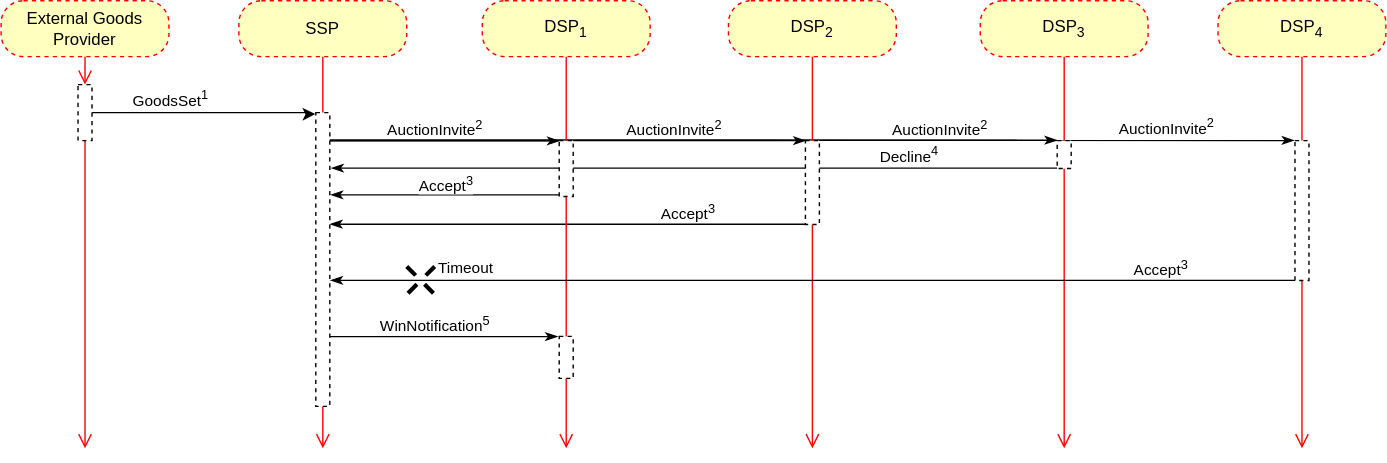
Earlier version of the draw.io export GeneralDataFlow.svg (eutkin/diagrams). Source tidied: cells renumbered, new cells last; positions are measured from the earlier drawing's top-left corner, leaving out a move shared by most shapes.
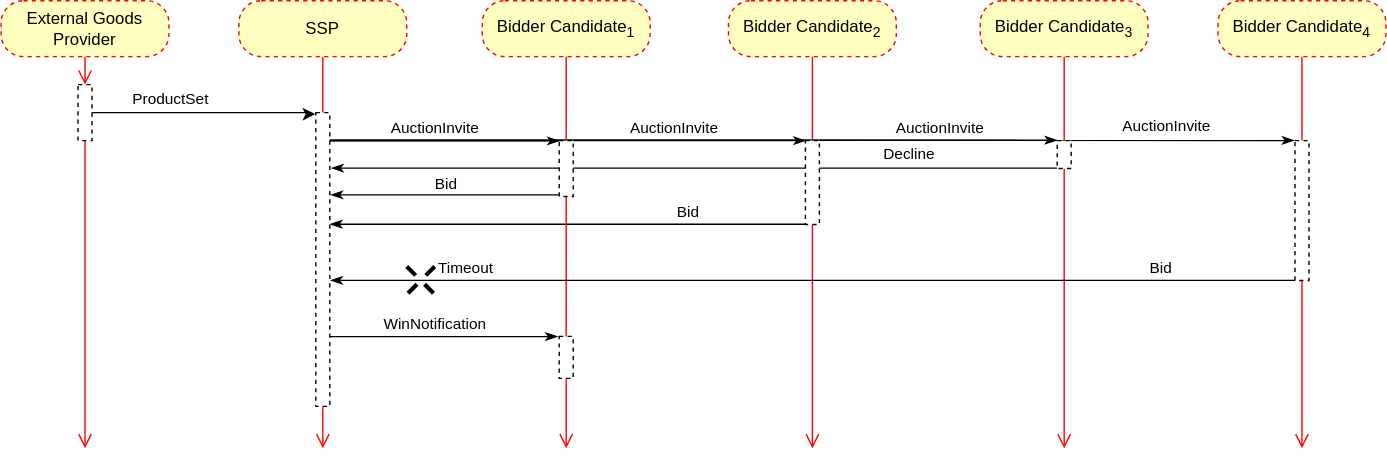
Later version of the same file.

Change to the diagram source:
```diff
@@ -5,7 +5,7 @@
     <mxCell id="2" style="edgeStyle=none;rounded=0;jettySize=auto;html=1;startArrow=none;startFill=0;endArrow=classicThin;endFill=1;entryX=1.005;entryY=0.38;entryDx=0;entryDy=0;entryPerimeter=0;" parent="1" edge="1" source="36" target="28">
       <mxGeometry relative="1" as="geometry" />
     </mxCell>
-    <mxCell id="3" value="Accept&lt;sup&gt;3&lt;/sup&gt;" style="edgeLabel;html=1;align=center;verticalAlign=middle;" parent="2" vertex="1">
+    <mxCell id="3" value="Bid" style="edgeLabel;html=1;align=center;verticalAlign=middle;" parent="2" vertex="1">
       <mxGeometry x="0.5" y="-3" relative="1" as="geometry">
         <mxPoint x="169.5" y="-6.8" as="offset" />
       </mxGeometry>
@@ -13,7 +13,7 @@
     <mxCell id="4" style="edgeStyle=none;rounded=0;jettySize=auto;html=1;startArrow=none;startFill=0;endArrow=classicThin;endFill=1;entryX=1.095;entryY=0.189;entryDx=0;entryDy=0;entryPerimeter=0;" parent="1" edge="1" source="34" target="28">
       <mxGeometry relative="1" as="geometry" />
     </mxCell>
-    <mxCell id="5" value="Decline&lt;sup&gt;4&lt;/sup&gt;" style="edgeLabel;html=1;align=center;verticalAlign=middle;" parent="4" vertex="1">
+    <mxCell id="5" value="Decline" style="edgeLabel;html=1;align=center;verticalAlign=middle;" parent="4" vertex="1">
       <mxGeometry x="-0.56" y="2" relative="1" as="geometry">
         <mxPoint x="8.8" y="-12" as="offset" />
       </mxGeometry>
@@ -34,7 +34,7 @@
         <mxPoint x="230" y="320" as="targetPoint" />
       </mxGeometry>
     </mxCell>
-    <mxCell id="10" value="DSP&lt;sub&gt;1&lt;/sub&gt;" style="rounded=1;whiteSpace=wrap;html=1;arcSize=40;fontColor=#000000;fillColor=#ffffc0;strokeColor=#ff0000;dashed=1;" parent="1" vertex="1">
+    <mxCell id="10" value="Bidder Candidate&lt;sub&gt;1&lt;/sub&gt;" style="rounded=1;whiteSpace=wrap;html=1;arcSize=40;fontColor=#000000;fillColor=#ffffc0;strokeColor=#ff0000;dashed=1;" parent="1" vertex="1">
       <mxGeometry x="344" width="120" height="40" as="geometry" />
     </mxCell>
     <mxCell id="11" style="edgeStyle=orthogonalEdgeStyle;html=1;verticalAlign=bottom;endArrow=open;endSize=8;strokeColor=#ff0000;" parent="1" edge="1" source="32">
@@ -42,7 +42,7 @@
         <mxPoint x="404" y="320" as="targetPoint" />
       </mxGeometry>
     </mxCell>
-    <mxCell id="12" value="DSP&lt;sub&gt;2&lt;/sub&gt;" style="rounded=1;whiteSpace=wrap;html=1;arcSize=40;fontColor=#000000;fillColor=#ffffc0;strokeColor=#ff0000;dashed=1;" parent="1" vertex="1">
+    <mxCell id="12" value="Bidder Candidate&lt;sub&gt;2&lt;/sub&gt;" style="rounded=1;whiteSpace=wrap;html=1;arcSize=40;fontColor=#000000;fillColor=#ffffc0;strokeColor=#ff0000;dashed=1;" parent="1" vertex="1">
       <mxGeometry x="520" width="120" height="40" as="geometry" />
     </mxCell>
     <mxCell id="13" style="edgeStyle=orthogonalEdgeStyle;html=1;verticalAlign=bottom;endArrow=open;endSize=8;strokeColor=#ff0000;" parent="1" edge="1" source="36">
@@ -50,7 +50,7 @@
         <mxPoint x="580" y="320" as="targetPoint" />
       </mxGeometry>
     </mxCell>
-    <mxCell id="14" value="DSP&lt;sub&gt;3&lt;/sub&gt;" style="rounded=1;whiteSpace=wrap;html=1;arcSize=40;fontColor=#000000;fillColor=#ffffc0;strokeColor=#ff0000;dashed=1;" parent="1" vertex="1">
+    <mxCell id="14" value="Bidder Candidate&lt;sub&gt;3&lt;/sub&gt;" style="rounded=1;whiteSpace=wrap;html=1;arcSize=40;fontColor=#000000;fillColor=#ffffc0;strokeColor=#ff0000;dashed=1;" parent="1" vertex="1">
       <mxGeometry x="700" width="120" height="40" as="geometry" />
     </mxCell>
     <mxCell id="15" style="edgeStyle=orthogonalEdgeStyle;html=1;verticalAlign=bottom;endArrow=open;endSize=8;strokeColor=#ff0000;" parent="1" edge="1" source="34">
@@ -65,7 +65,7 @@
         </Array>
       </mxGeometry>
     </mxCell>
-    <mxCell id="17" value="GoodsSet&lt;sup&gt;1&lt;/sup&gt;" style="edgeLabel;html=1;align=center;verticalAlign=middle;" parent="16" vertex="1">
+    <mxCell id="17" value="ProductSet" style="edgeLabel;html=1;align=center;verticalAlign=middle;" parent="16" vertex="1">
       <mxGeometry x="-0.42" relative="1" as="geometry">
         <mxPoint x="8.6" y="-10.2" as="offset" />
       </mxGeometry>
@@ -85,7 +85,7 @@
     <mxCell id="22" style="edgeStyle=none;rounded=0;jettySize=auto;html=1;endArrow=classicThin;endFill=1;entryX=0.005;entryY=-0.012;entryDx=0;entryDy=0;entryPerimeter=0;" parent="1" edge="1" source="28" target="34">
       <mxGeometry relative="1" as="geometry" />
     </mxCell>
-    <mxCell id="23" value="AuctionInvite&lt;sup&gt;2&lt;/sup&gt;" style="edgeLabel;html=1;align=center;verticalAlign=middle;" parent="22" vertex="1">
+    <mxCell id="23" value="AuctionInvite&lt;font size=&quot;1&quot;&gt;&lt;br&gt;&lt;/font&gt;" style="edgeLabel;html=1;align=center;verticalAlign=middle;" parent="22" vertex="1">
       <mxGeometry x="-0.71" y="1" relative="1" as="geometry">
         <mxPoint y="-8.5" as="offset" />
       </mxGeometry>
@@ -93,7 +93,7 @@
     <mxCell id="24" style="edgeStyle=none;rounded=0;jettySize=auto;html=1;endArrow=classicThin;endFill=1;exitX=0.915;exitY=0.094;exitDx=0;exitDy=0;exitPerimeter=0;entryX=-0.041;entryY=-0.001;entryDx=0;entryDy=0;entryPerimeter=0;" parent="1" edge="1" source="28" target="45">
       <mxGeometry relative="1" as="geometry" />
     </mxCell>
-    <mxCell id="25" value="AuctionInvite&lt;sup&gt;2&lt;/sup&gt;" style="edgeLabel;html=1;align=center;verticalAlign=middle;" parent="24" vertex="1">
+    <mxCell id="25" value="AuctionInvite" style="edgeLabel;html=1;align=center;verticalAlign=middle;" parent="24" vertex="1">
       <mxGeometry x="0.73" y="-1" relative="1" as="geometry">
         <mxPoint y="-10.9" as="offset" />
       </mxGeometry>
@@ -101,7 +101,7 @@
     <mxCell id="26" style="edgeStyle=none;rounded=0;jettySize=auto;html=1;startArrow=none;startFill=0;endArrow=classicThin;endFill=1;entryX=-0.1;entryY=0.005;entryDx=0;entryDy=0;entryPerimeter=0;" parent="1" edge="1" source="28" target="48">
       <mxGeometry relative="1" as="geometry" />
     </mxCell>
-    <mxCell id="27" value="WinNotification&lt;sup&gt;5&lt;/sup&gt;" style="edgeLabel;html=1;align=center;verticalAlign=middle;" parent="26" vertex="1">
+    <mxCell id="27" value="WinNotification" style="edgeLabel;html=1;align=center;verticalAlign=middle;" parent="26" vertex="1">
       <mxGeometry x="-0.37" relative="1" as="geometry">
         <mxPoint x="23.8" y="-10.2" as="offset" />
       </mxGeometry>
@@ -115,7 +115,7 @@
     <mxCell id="30" style="edgeStyle=none;rounded=0;jettySize=auto;html=1;endArrow=classicThin;endFill=1;startArrow=none;startFill=0;entryX=1.05;entryY=0.28;entryDx=0;entryDy=0;entryPerimeter=0;" parent="1" edge="1" source="32" target="28">
       <mxGeometry relative="1" as="geometry" />
     </mxCell>
-    <mxCell id="31" value="Accept&lt;sup&gt;3&lt;/sup&gt;" style="edgeLabel;html=1;align=center;verticalAlign=middle;" parent="30" vertex="1">
+    <mxCell id="31" value="Bid" style="edgeLabel;html=1;align=center;verticalAlign=middle;" parent="30" vertex="1">
       <mxGeometry y="-1" relative="1" as="geometry">
         <mxPoint y="-7.8" as="offset" />
       </mxGeometry>
@@ -138,13 +138,13 @@
     <mxCell id="37" style="edgeStyle=orthogonalEdgeStyle;html=1;verticalAlign=bottom;endArrow=none;endSize=8;strokeColor=#ff0000;endFill=0;" parent="1" edge="1" source="12" target="36">
       <mxGeometry relative="1" as="geometry" />
     </mxCell>
-    <mxCell id="38" value="AuctionInvite&lt;sup&gt;2&lt;/sup&gt;" style="edgeLabel;html=1;align=center;verticalAlign=middle;" parent="1" vertex="1">
+    <mxCell id="38" value="AuctionInvite" style="edgeLabel;html=1;align=center;verticalAlign=middle;" parent="1" vertex="1">
       <mxGeometry x="480" y="90" as="geometry" />
     </mxCell>
-    <mxCell id="39" value="AuctionInvite&lt;sup&gt;2&lt;/sup&gt;" style="edgeLabel;html=1;align=center;verticalAlign=middle;" parent="1" vertex="1">
+    <mxCell id="39" value="AuctionInvite" style="edgeLabel;html=1;align=center;verticalAlign=middle;" parent="1" vertex="1">
       <mxGeometry x="670" y="90" as="geometry" />
     </mxCell>
-    <mxCell id="40" value="DSP&lt;sub&gt;4&lt;/sub&gt;" style="rounded=1;whiteSpace=wrap;html=1;arcSize=40;fontColor=#000000;fillColor=#ffffc0;strokeColor=#ff0000;dashed=1;" parent="1" vertex="1">
+    <mxCell id="40" value="Bidder Candidate&lt;sub&gt;4&lt;/sub&gt;" style="rounded=1;whiteSpace=wrap;html=1;arcSize=40;fontColor=#000000;fillColor=#ffffc0;strokeColor=#ff0000;dashed=1;" parent="1" vertex="1">
       <mxGeometry x="870" width="120" height="40" as="geometry" />
     </mxCell>
     <mxCell id="41" style="edgeStyle=orthogonalEdgeStyle;html=1;verticalAlign=bottom;endArrow=open;endSize=8;strokeColor=#ff0000;" parent="1" edge="1" source="45">
@@ -160,7 +160,7 @@
         <mxPoint y="-9.9" as="offset" />
       </mxGeometry>
     </mxCell>
-    <mxCell id="44" value="Accept&lt;sup&gt;3&lt;/sup&gt;" style="edgeLabel;html=1;align=center;verticalAlign=middle;" parent="42" vertex="1">
+    <mxCell id="44" value="Bid" style="edgeLabel;html=1;align=center;verticalAlign=middle;" parent="42" vertex="1">
       <mxGeometry x="-0.72" y="1" relative="1" as="geometry">
         <mxPoint y="-10.9" as="offset" />
       </mxGeometry>
```
